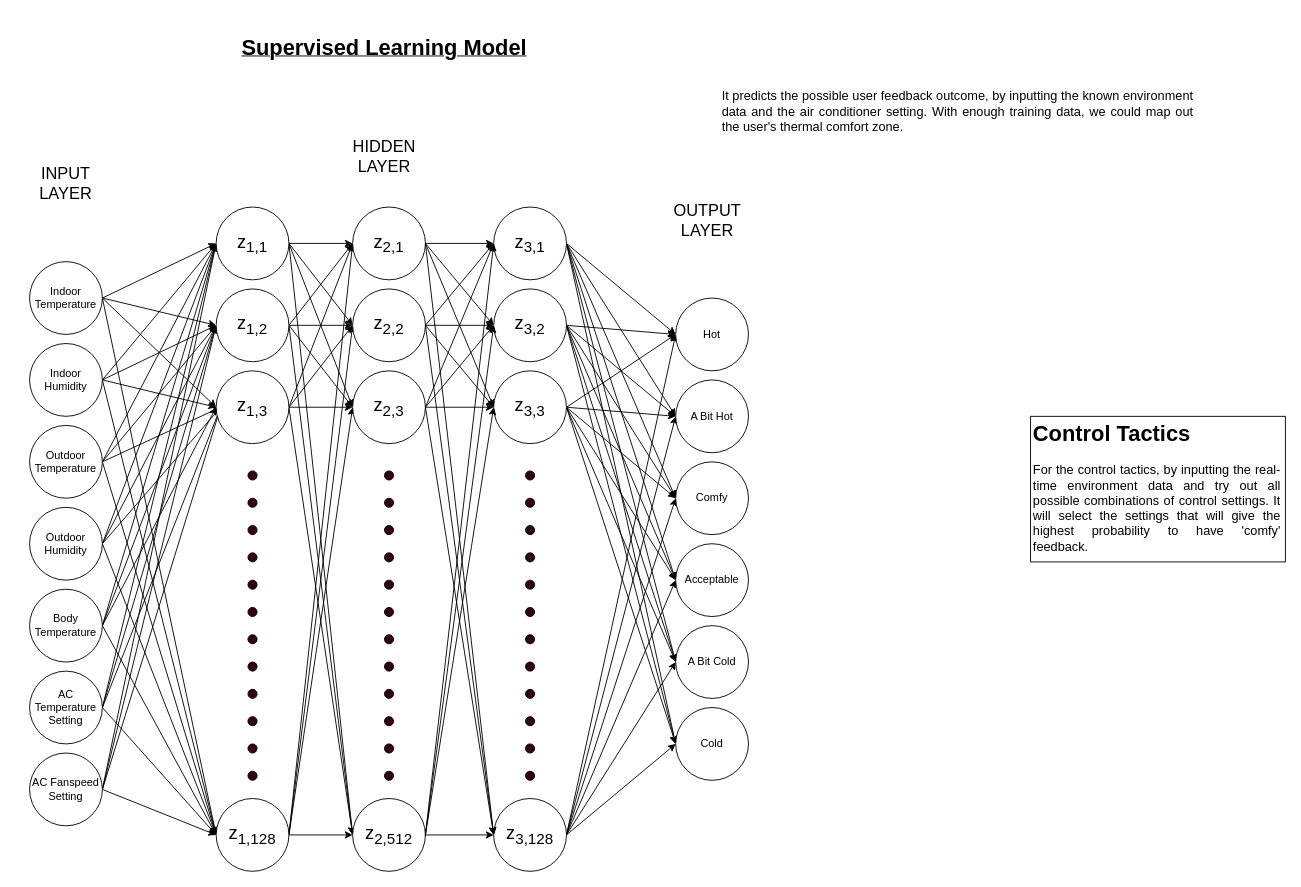
The draw.io diagram Machine_Learning/Supervised Learning Model.drawio in eddylau328/fyp-artificial-intelligence-ac-control-device, before the edit. Source tidied: cells renumbered, new cells numbered last; positions are measured from the earlier drawing's top-left corner, leaving out a move shared by most shapes. Both pictures are drawn from the tidied source at 91%, with x=0, y=0 at pixel (15, 15).
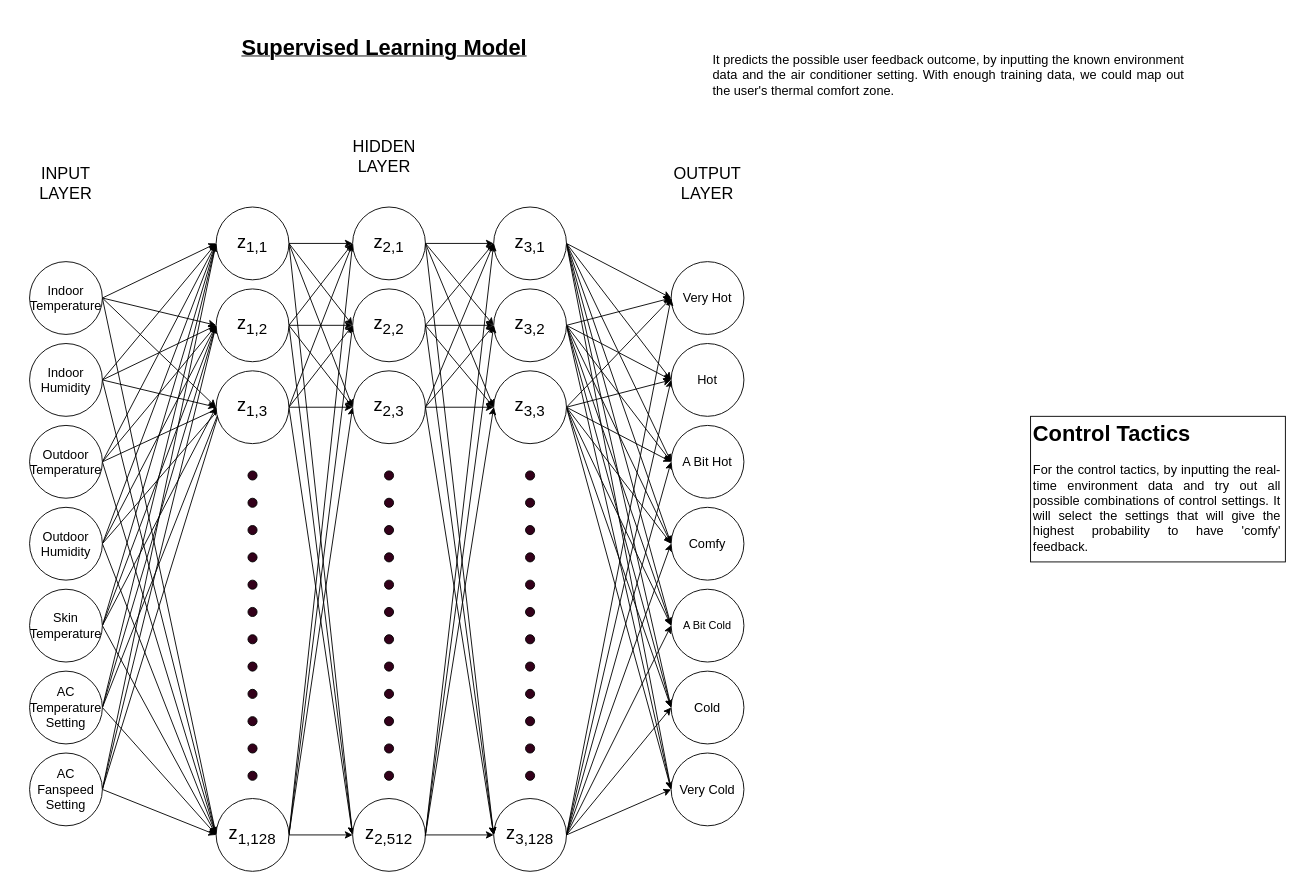
The same page after the edit.

The change refers to these unchanged cells:
```xml
<mxCell id="93" value="&lt;font style=&quot;font-size: 20px&quot;&gt;z&lt;sub&gt;3,1&lt;/sub&gt;&lt;/font&gt;" style="ellipse;whiteSpace=wrap;html=1;" parent="1" vertex="1">
  <mxGeometry x="525" y="210" width="80" height="80" as="geometry" />
</mxCell>
<mxCell id="100" value="&lt;font style=&quot;font-size: 20px&quot;&gt;z&lt;sub&gt;3,2&lt;/sub&gt;&lt;/font&gt;" style="ellipse;whiteSpace=wrap;html=1;" parent="1" vertex="1">
  <mxGeometry x="525" y="300" width="80" height="80" as="geometry" />
</mxCell>
<mxCell id="107" value="&lt;font style=&quot;font-size: 20px&quot;&gt;z&lt;sub&gt;3,3&lt;/sub&gt;&lt;/font&gt;" style="ellipse;whiteSpace=wrap;html=1;" parent="1" vertex="1">
  <mxGeometry x="525" y="390" width="80" height="80" as="geometry" />
</mxCell>
<mxCell id="114" value="&lt;font style=&quot;font-size: 20px&quot;&gt;z&lt;sub&gt;3,128&lt;/sub&gt;&lt;/font&gt;" style="ellipse;whiteSpace=wrap;html=1;" parent="1" vertex="1">
  <mxGeometry x="525" y="860" width="80" height="80" as="geometry" />
</mxCell>
```

Diff of the diagram source:
```diff
@@
-    <mxCell id="6" value="Indoor&lt;div&gt;Temperature&lt;/div&gt;" style="ellipse;whiteSpace=wrap;html=1;" parent="1" vertex="1">
+    <mxCell id="6" value="&lt;font style=&quot;font-size: 14px&quot;&gt;Indoor&lt;/font&gt;&lt;div style=&quot;font-size: 14px&quot;&gt;&lt;font style=&quot;font-size: 14px&quot;&gt;Temperature&lt;/font&gt;&lt;/div&gt;" style="ellipse;whiteSpace=wrap;html=1;" parent="1" vertex="1">
       <mxGeometry x="15" y="270" width="80" height="80" as="geometry" />
     </mxCell>
@@
-    <mxCell id="11" value="Indoor Humidity" style="ellipse;whiteSpace=wrap;html=1;" parent="1" vertex="1">
+    <mxCell id="11" value="&lt;font style=&quot;font-size: 14px&quot;&gt;Indoor Humidity&lt;/font&gt;" style="ellipse;whiteSpace=wrap;html=1;" parent="1" vertex="1">
       <mxGeometry x="15" y="360" width="80" height="80" as="geometry" />
     </mxCell>
@@
-    <mxCell id="16" value="&lt;div&gt;Outdoor Temperature&lt;br&gt;&lt;/div&gt;" style="ellipse;whiteSpace=wrap;html=1;" parent="1" vertex="1">
+    <mxCell id="16" value="&lt;div&gt;&lt;font style=&quot;font-size: 14px&quot;&gt;Outdoor Temperature&lt;/font&gt;&lt;br&gt;&lt;/div&gt;" style="ellipse;whiteSpace=wrap;html=1;" parent="1" vertex="1">
       <mxGeometry x="15" y="450" width="80" height="80" as="geometry" />
     </mxCell>
@@
-    <mxCell id="21" value="Outdoor Humidity" style="ellipse;whiteSpace=wrap;html=1;" parent="1" vertex="1">
+    <mxCell id="21" value="&lt;font style=&quot;font-size: 14px&quot;&gt;Outdoor Humidity&lt;/font&gt;" style="ellipse;whiteSpace=wrap;html=1;" parent="1" vertex="1">
       <mxGeometry x="15" y="540" width="80" height="80" as="geometry" />
     </mxCell>
@@
-    <mxCell id="26" value="Body Temperature" style="ellipse;whiteSpace=wrap;html=1;" parent="1" vertex="1">
+    <mxCell id="26" value="&lt;font style=&quot;font-size: 14px&quot;&gt;Skin Temperature&lt;/font&gt;" style="ellipse;whiteSpace=wrap;html=1;" parent="1" vertex="1">
       <mxGeometry x="15" y="630" width="80" height="80" as="geometry" />
     </mxCell>
@@
-    <mxCell id="31" value="AC Temperature Setting" style="ellipse;whiteSpace=wrap;html=1;" parent="1" vertex="1">
+    <mxCell id="31" value="&lt;font style=&quot;font-size: 14px&quot;&gt;AC Temperature Setting&lt;/font&gt;" style="ellipse;whiteSpace=wrap;html=1;" parent="1" vertex="1">
       <mxGeometry x="15" y="720" width="80" height="80" as="geometry" />
     </mxCell>
@@
-    <mxCell id="36" value="AC Fanspeed Setting" style="ellipse;whiteSpace=wrap;html=1;" parent="1" vertex="1">
+    <mxCell id="36" value="&lt;font style=&quot;font-size: 14px&quot;&gt;AC Fanspeed Setting&lt;/font&gt;" style="ellipse;whiteSpace=wrap;html=1;" parent="1" vertex="1">
       <mxGeometry x="15" y="810" width="80" height="80" as="geometry" />
     </mxCell>
@@
     <mxCell id="127" value="&lt;font style=&quot;font-size: 18px&quot;&gt;OUTPUT LAYER&lt;br&gt;&lt;/font&gt;" style="text;html=1;strokeColor=none;fillColor=none;align=center;verticalAlign=middle;whiteSpace=wrap;rounded=0;" parent="1" vertex="1">
-      <mxGeometry x="705" y="200" width="110" height="50" as="geometry" />
+      <mxGeometry x="705" y="160" width="110" height="50" as="geometry" />
     </mxCell>
-    <mxCell id="128" value="Hot" style="ellipse;whiteSpace=wrap;html=1;" parent="1" vertex="1">
-      <mxGeometry x="725" y="310" width="80" height="80" as="geometry" />
+    <mxCell id="128" value="&lt;font style=&quot;font-size: 14px&quot;&gt;Hot&lt;/font&gt;" style="ellipse;whiteSpace=wrap;html=1;" parent="1" vertex="1">
+      <mxGeometry x="720" y="360" width="80" height="80" as="geometry" />
     </mxCell>
-    <mxCell id="129" value="A Bit Hot" style="ellipse;whiteSpace=wrap;html=1;" parent="1" vertex="1">
-      <mxGeometry x="725" y="400" width="80" height="80" as="geometry" />
+    <mxCell id="129" value="&lt;font style=&quot;font-size: 14px&quot;&gt;A Bit Hot&lt;/font&gt;" style="ellipse;whiteSpace=wrap;html=1;" parent="1" vertex="1">
+      <mxGeometry x="720" y="450" width="80" height="80" as="geometry" />
     </mxCell>
-    <mxCell id="130" value="Comfy" style="ellipse;whiteSpace=wrap;html=1;" parent="1" vertex="1">
-      <mxGeometry x="725" y="490" width="80" height="80" as="geometry" />
+    <mxCell id="130" value="&lt;font style=&quot;font-size: 14px&quot;&gt;Comfy&lt;/font&gt;" style="ellipse;whiteSpace=wrap;html=1;" parent="1" vertex="1">
+      <mxGeometry x="720" y="540" width="80" height="80" as="geometry" />
     </mxCell>
-    <mxCell id="131" value="Acceptable" style="ellipse;whiteSpace=wrap;html=1;" parent="1" vertex="1">
-      <mxGeometry x="725" y="580" width="80" height="80" as="geometry" />
+    <mxCell id="131" value="A Bit Cold" style="ellipse;whiteSpace=wrap;html=1;" parent="1" vertex="1">
+      <mxGeometry x="720" y="630" width="80" height="80" as="geometry" />
     </mxCell>
-    <mxCell id="132" value="A Bit Cold" style="ellipse;whiteSpace=wrap;html=1;" parent="1" vertex="1">
-      <mxGeometry x="725" y="670" width="80" height="80" as="geometry" />
+    <mxCell id="132" value="&lt;font style=&quot;font-size: 14px&quot;&gt;Cold&lt;/font&gt;" style="ellipse;whiteSpace=wrap;html=1;" parent="1" vertex="1">
+      <mxGeometry x="720" y="720" width="80" height="80" as="geometry" />
     </mxCell>
-    <mxCell id="133" value="Cold" style="ellipse;whiteSpace=wrap;html=1;" parent="1" vertex="1">
-      <mxGeometry x="725" y="760" width="80" height="80" as="geometry" />
+    <mxCell id="133" value="&lt;font style=&quot;font-size: 14px&quot;&gt;Very Cold&lt;/font&gt;" style="ellipse;whiteSpace=wrap;html=1;" parent="1" vertex="1">
+      <mxGeometry x="720" y="810" width="80" height="80" as="geometry" />
     </mxCell>
     <mxCell id="134" value="&lt;div style=&quot;font-size: 14px&quot; align=&quot;justify&quot;&gt;&lt;font style=&quot;font-size: 14px&quot;&gt;It predicts the possible user feedback outcome, by inputting the known environment data and the air conditioner setting. With enough training data, we could map out the user's thermal comfort zone.&lt;/font&gt;&lt;/div&gt;" style="text;html=1;strokeColor=none;fillColor=none;align=center;verticalAlign=middle;whiteSpace=wrap;rounded=0;dashed=1;" parent="1" vertex="1">
-      <mxGeometry x="775" y="70" width="520" height="70" as="geometry" />
+      <mxGeometry x="765" y="30" width="520" height="70" as="geometry" />
     </mxCell>
@@
+    <mxCell id="153" value="&lt;font style=&quot;font-size: 14px&quot;&gt;Very Hot&lt;/font&gt;" style="ellipse;whiteSpace=wrap;html=1;" parent="1" vertex="1">
+      <mxGeometry x="720" y="270" width="80" height="80" as="geometry" />
+    </mxCell>
+    <mxCell id="154" style="edgeStyle=none;rounded=0;jettySize=auto;html=1;exitX=1;exitY=0.5;exitDx=0;exitDy=0;entryX=0;entryY=0.5;entryDx=0;entryDy=0;endArrow=classic;endFill=1;" parent="1" edge="1" source="93" target="153">
+      <mxGeometry relative="1" as="geometry" />
+    </mxCell>
+    <mxCell id="155" style="edgeStyle=none;rounded=0;jettySize=auto;html=1;exitX=1;exitY=0.5;exitDx=0;exitDy=0;entryX=0;entryY=0.5;entryDx=0;entryDy=0;endArrow=classic;endFill=1;" parent="1" edge="1" source="100" target="153">
+      <mxGeometry relative="1" as="geometry" />
+    </mxCell>
+    <mxCell id="156" style="edgeStyle=none;rounded=0;jettySize=auto;html=1;exitX=1;exitY=0.5;exitDx=0;exitDy=0;entryX=0;entryY=0.5;entryDx=0;entryDy=0;endArrow=classic;endFill=1;" parent="1" edge="1" source="107" target="153">
+      <mxGeometry relative="1" as="geometry" />
+    </mxCell>
+    <mxCell id="157" style="edgeStyle=none;rounded=0;jettySize=auto;html=1;exitX=1;exitY=0.5;exitDx=0;exitDy=0;entryX=0;entryY=0.5;entryDx=0;entryDy=0;endArrow=classic;endFill=1;" parent="1" edge="1" source="114" target="153">
+      <mxGeometry relative="1" as="geometry" />
+    </mxCell>
```
